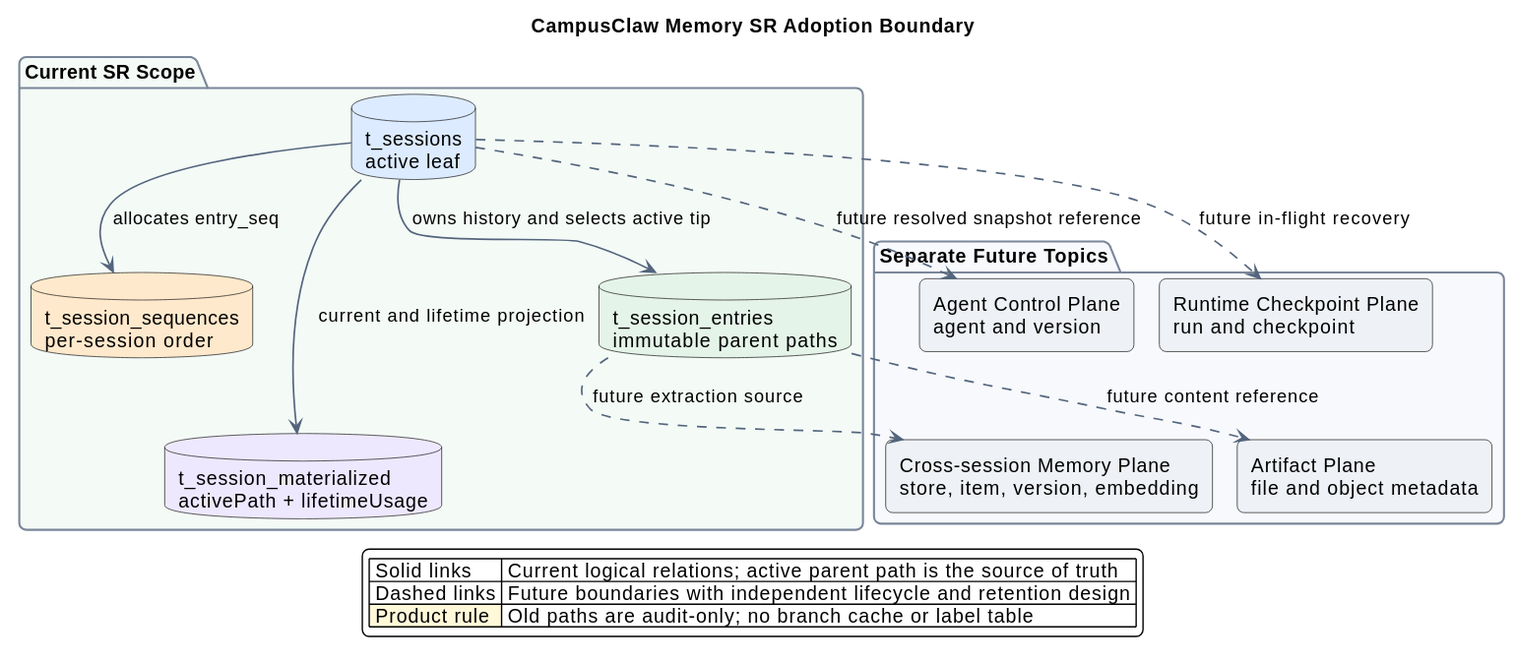
This is agent-database-patterns/pi-memory-adoption-boundary.svg from ssm0808/pi-mono-java-design, a PlantUML export, as it was before one commit.
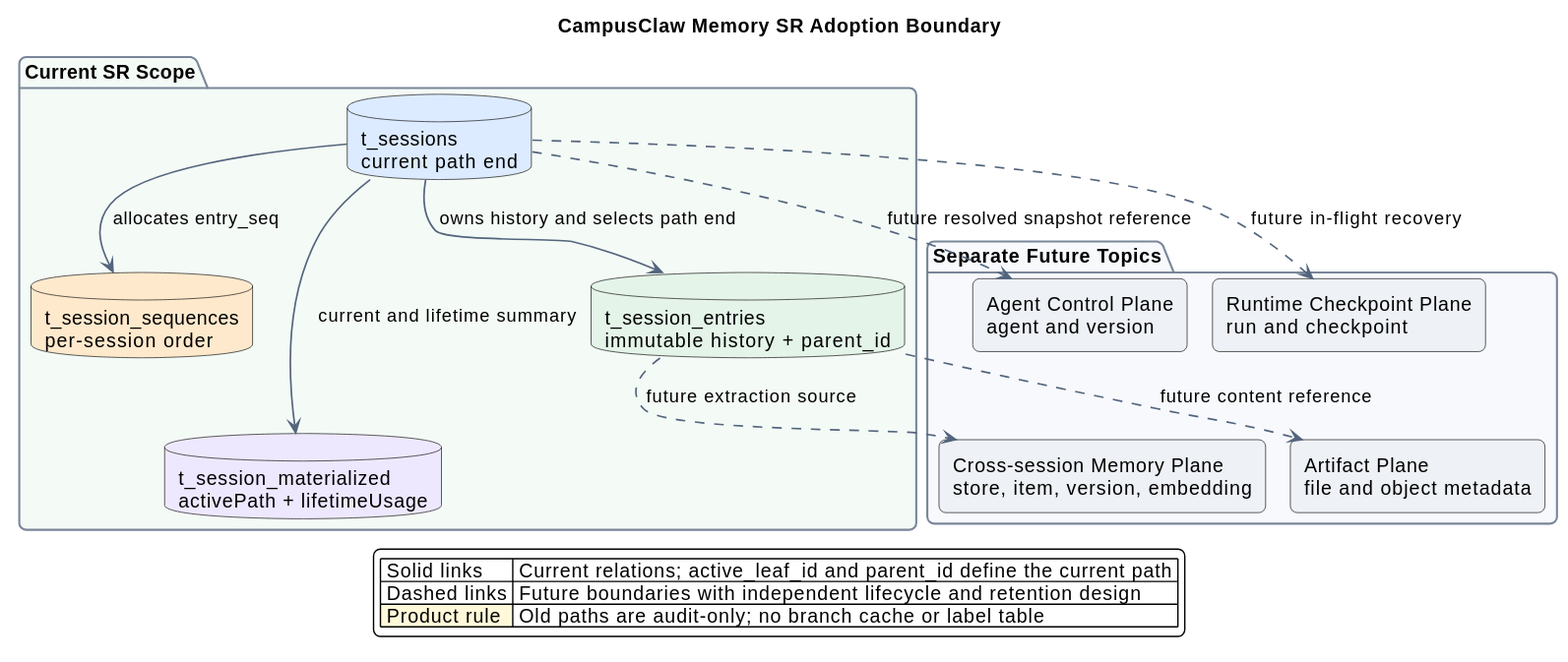
Above is the later version.

Commit message:
docs(memory): polish design terminology

What changed in the source:
```diff
@@ -15,9 +15,9 @@
 
 
 package "Current SR Scope" as CurrentScope #F4FAF6 {
-  database "t_sessions\nactive leaf" as Session #DCEBFF
+  database "t_sessions\ncurrent path end" as Session #DCEBFF
   database "t_session_sequences\nper-session order" as Sequence #FFE9CC
-  database "t_session_entries\nimmutable parent paths" as Entry #E4F4E8
+  database "t_session_entries\nimmutable history + parent_id" as Entry #E4F4E8
   database "t_session_materialized\nactivePath + lifetimeUsage" as Summary #EEE8FF
 
   Session -[hidden]right- Sequence
@@ -38,9 +38,9 @@
   RuntimeCheckpoint -[hidden]down- Artifact
 }
 
-Session --> Entry : owns history and selects active tip
+Session --> Entry : owns history and selects path end
 Session --> Sequence : allocates entry_seq
-Session --> Summary : current and lifetime projection
+Session --> Summary : current and lifetime summary
 
 Session ..> AgentControl : future resolved snapshot reference
 Session ..> RuntimeCheckpoint : future in-flight recovery
@@ -48,7 +48,7 @@
 Entry ..> Artifact : future content reference
 
 legend bottom
-|<#FFFFFF> Solid links | Current logical relations; active parent path is the source of truth |
+|<#FFFFFF> Solid links | Current relations; active_leaf_id and parent_id define the current path |
 |<#FFFFFF> Dashed links | Future boundaries with independent lifecycle and retention design |
 |<#FFF8D9> Product rule | Old paths are audit-only; no branch cache or label table |
 endlegend
```
